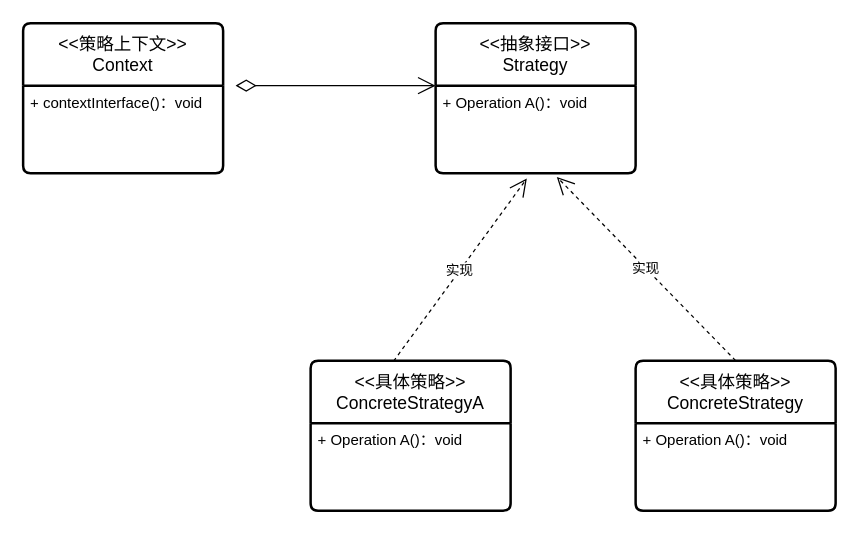
Above: 策略模式.drawio in ChengziMao/diagrams (draw.io), before the change. Source tidied: cells renumbered, new cells numbered last; positions are measured from the earlier drawing's top-left corner, leaving out a move shared by most shapes. Both pictures are drawn from the tidied source at 125%, with x=0, y=0 at pixel (22, 22).
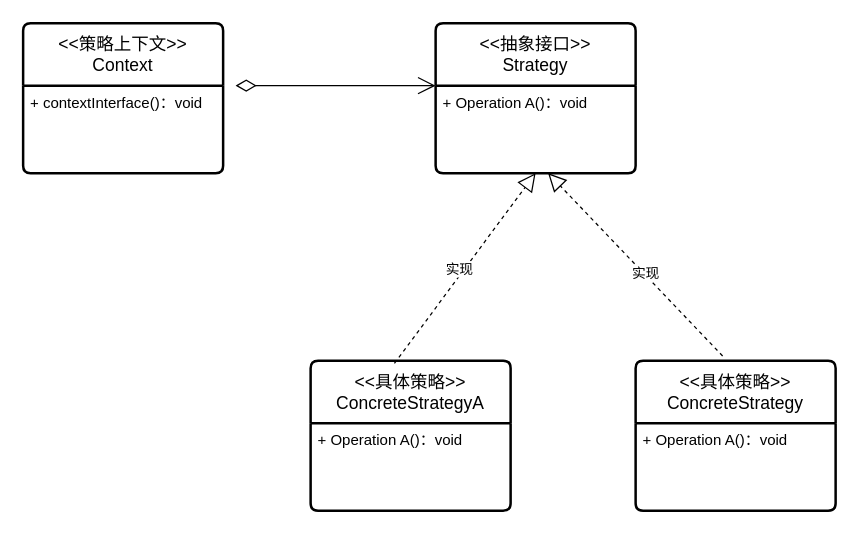
Above is the later version.

Commit message (it also covers changes not shown here):
更新策略模式.drawio

Change to the diagram source:
```diff
@@
 <mxGraphModel>
   <root>
     <mxCell id="0" />
     <mxCell id="1" parent="0" />
     <mxCell id="2" value="&amp;lt;&amp;lt;策略上下文&amp;gt;&amp;gt;&lt;div&gt;Context&lt;/div&gt;" style="swimlane;horizontal=1;startSize=50;rounded=1;fontSize=14;fontStyle=0;strokeWidth=2;shadow=0;dashed=0;align=center;arcSize=4;whiteSpace=wrap;html=1;" parent="1" vertex="1">
       <mxGeometry width="160" height="120" as="geometry" />
     </mxCell>
     <mxCell id="3" value="+ contextInterface()：void" style="align=left;strokeColor=none;fillColor=none;spacingLeft=4;spacingRight=4;fontSize=12;verticalAlign=top;html=1;whiteSpace=wrap;" parent="2" vertex="1">
       <mxGeometry y="50" width="160" height="70" as="geometry" />
     </mxCell>
     <mxCell id="4" style="endArrow=open;html=1;endSize=12;startArrow=diamondThin;startSize=14;startFill=0;edgeStyle=orthogonalEdgeStyle;align=left;verticalAlign=bottom;rounded=0;" parent="1" edge="1">
       <mxGeometry x="-1" y="3" relative="1" as="geometry">
         <mxPoint x="170" y="50" as="sourcePoint" />
         <mxPoint x="330" y="50" as="targetPoint" />
       </mxGeometry>
     </mxCell>
     <mxCell id="5" value="&amp;lt;&amp;lt;抽象接口&amp;gt;&amp;gt;&lt;div&gt;Strategy&lt;/div&gt;" style="swimlane;horizontal=1;startSize=50;rounded=1;fontSize=14;fontStyle=0;strokeWidth=2;shadow=0;dashed=0;align=center;arcSize=4;whiteSpace=wrap;html=1;" parent="1" vertex="1">
       <mxGeometry x="330" width="160" height="120" as="geometry" />
     </mxCell>
     <mxCell id="6" value="+ Operation A()：void" style="align=left;strokeColor=none;fillColor=none;spacingLeft=4;spacingRight=4;fontSize=12;verticalAlign=top;html=1;whiteSpace=wrap;" parent="5" vertex="1">
       <mxGeometry y="50" width="160" height="70" as="geometry" />
     </mxCell>
     <mxCell id="7" value="&amp;lt;&amp;lt;具体策略&amp;gt;&amp;gt;&lt;div&gt;ConcreteStrategyA&lt;/div&gt;" style="swimlane;horizontal=1;startSize=50;rounded=1;fontSize=14;fontStyle=0;strokeWidth=2;shadow=0;dashed=0;align=center;arcSize=4;whiteSpace=wrap;html=1;" parent="1" vertex="1">
       <mxGeometry x="230" y="270" width="160" height="120" as="geometry" />
     </mxCell>
     <mxCell id="8" value="+ Operation A()：void" style="align=left;strokeColor=none;fillColor=none;spacingLeft=4;spacingRight=4;fontSize=12;verticalAlign=top;html=1;whiteSpace=wrap;" parent="7" vertex="1">
       <mxGeometry y="50" width="160" height="70" as="geometry" />
     </mxCell>
     <mxCell id="9" value="&amp;lt;&amp;lt;具体策略&amp;gt;&amp;gt;&lt;div&gt;ConcreteStrategy&lt;/div&gt;" style="swimlane;horizontal=1;startSize=50;rounded=1;fontSize=14;fontStyle=0;strokeWidth=2;shadow=0;dashed=0;align=center;arcSize=4;whiteSpace=wrap;html=1;" parent="1" vertex="1">
       <mxGeometry x="490" y="270" width="160" height="120" as="geometry" />
     </mxCell>
-    <mxCell id="10" value="实现" style="endArrow=open;endSize=12;dashed=1;html=1;rounded=0;entryX=0.606;entryY=1.043;entryDx=0;entryDy=0;entryPerimeter=0;" parent="9" edge="1" target="6">
-      <mxGeometry relative="1" as="geometry">
-        <mxPoint x="80" as="sourcePoint" />
-      </mxGeometry>
-    </mxCell>
     <mxCell id="11" value="+ Operation A()：void" style="align=left;strokeColor=none;fillColor=none;spacingLeft=4;spacingRight=4;fontSize=12;verticalAlign=top;html=1;whiteSpace=wrap;" parent="9" vertex="1">
       <mxGeometry y="50" width="160" height="70" as="geometry" />
     </mxCell>
-    <mxCell id="12" value="实现" style="endArrow=open;endSize=12;dashed=1;html=1;rounded=0;exitX=0.415;exitY=0.003;exitDx=0;exitDy=0;exitPerimeter=0;entryX=0.456;entryY=1.062;entryDx=0;entryDy=0;entryPerimeter=0;curved=0;" parent="1" edge="1" source="7" target="6">
+    <mxCell id="12" style="endArrow=block;dashed=1;endFill=0;endSize=12;html=1;rounded=0;entryX=0.5;entryY=1;entryDx=0;entryDy=0;exitX=0.419;exitY=0.019;exitDx=0;exitDy=0;exitPerimeter=0;" parent="1" edge="1" source="7" target="6">
       <mxGeometry relative="1" as="geometry" />
     </mxCell>
+    <mxCell id="13" value="实现" style="edgeLabel;html=1;align=center;verticalAlign=middle;" parent="12" vertex="1">
+      <mxGeometry x="-0.04" y="4" relative="1" as="geometry" />
+    </mxCell>
+    <mxCell id="14" style="endArrow=block;dashed=1;endFill=0;endSize=12;html=1;rounded=0;exitX=0.435;exitY=-0.031;exitDx=0;exitDy=0;exitPerimeter=0;" parent="1" edge="1" source="9">
+      <mxGeometry relative="1" as="geometry">
+        <mxPoint x="420" y="120" as="targetPoint" />
+      </mxGeometry>
+    </mxCell>
+    <mxCell id="15" value="实现" style="edgeLabel;html=1;align=center;verticalAlign=middle;" parent="14" vertex="1">
+      <mxGeometry x="-0.1" y="-2" relative="1" as="geometry">
+        <mxPoint x="-1" as="offset" />
+      </mxGeometry>
+    </mxCell>
   </root>
 </mxGraphModel>
```
